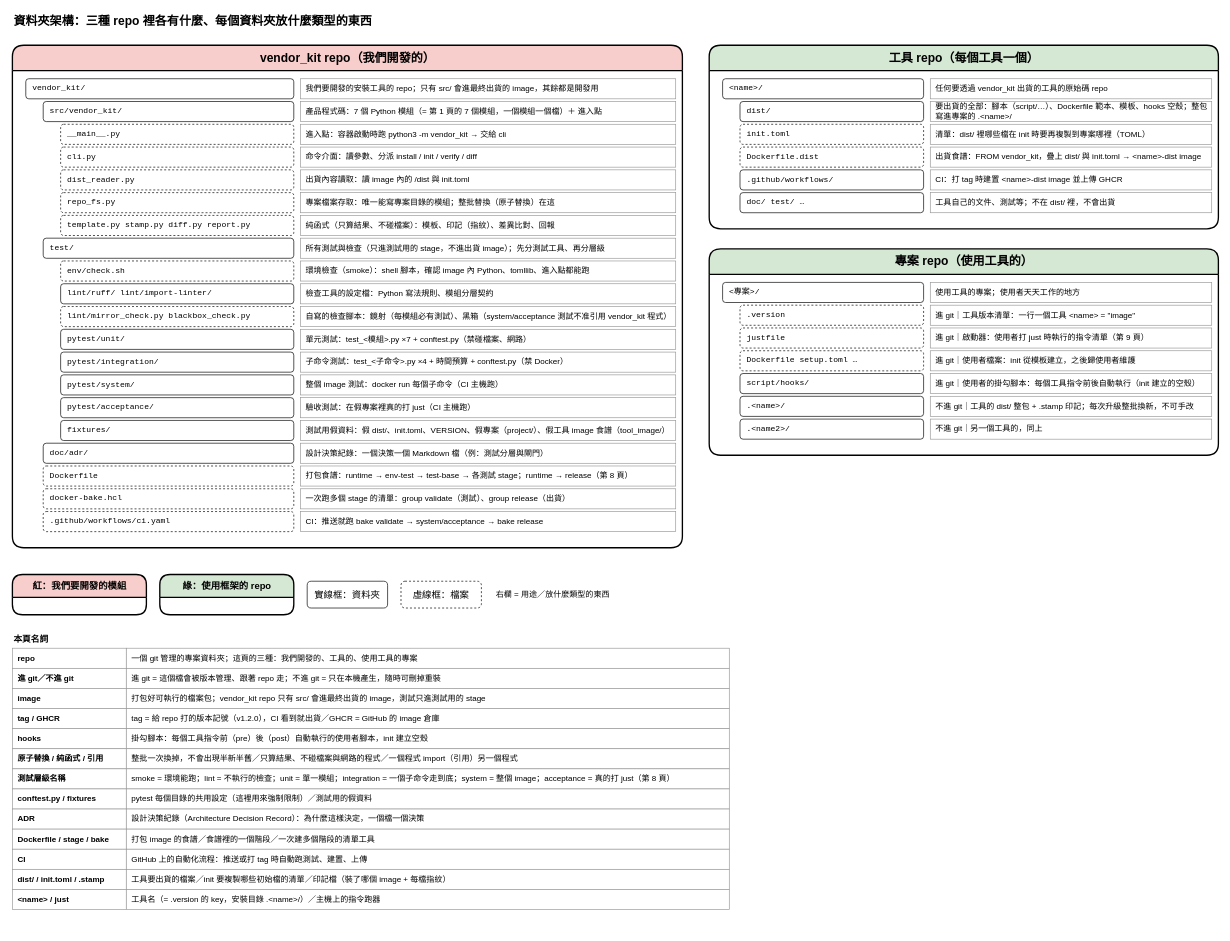
Earlier version of the draw.io diagram page "7. 資料夾架構" (7 of 10) of dist_distribution.drawio (ycpss91255-research/vendor_kit). Source tidied: cells renumbered, new cells numbered last; positions are measured from the earlier drawing's top-left corner, leaving out a move shared by most shapes. Both pictures are drawn from the tidied source at 67%, with x=0, y=0 at pixel (12, 11).
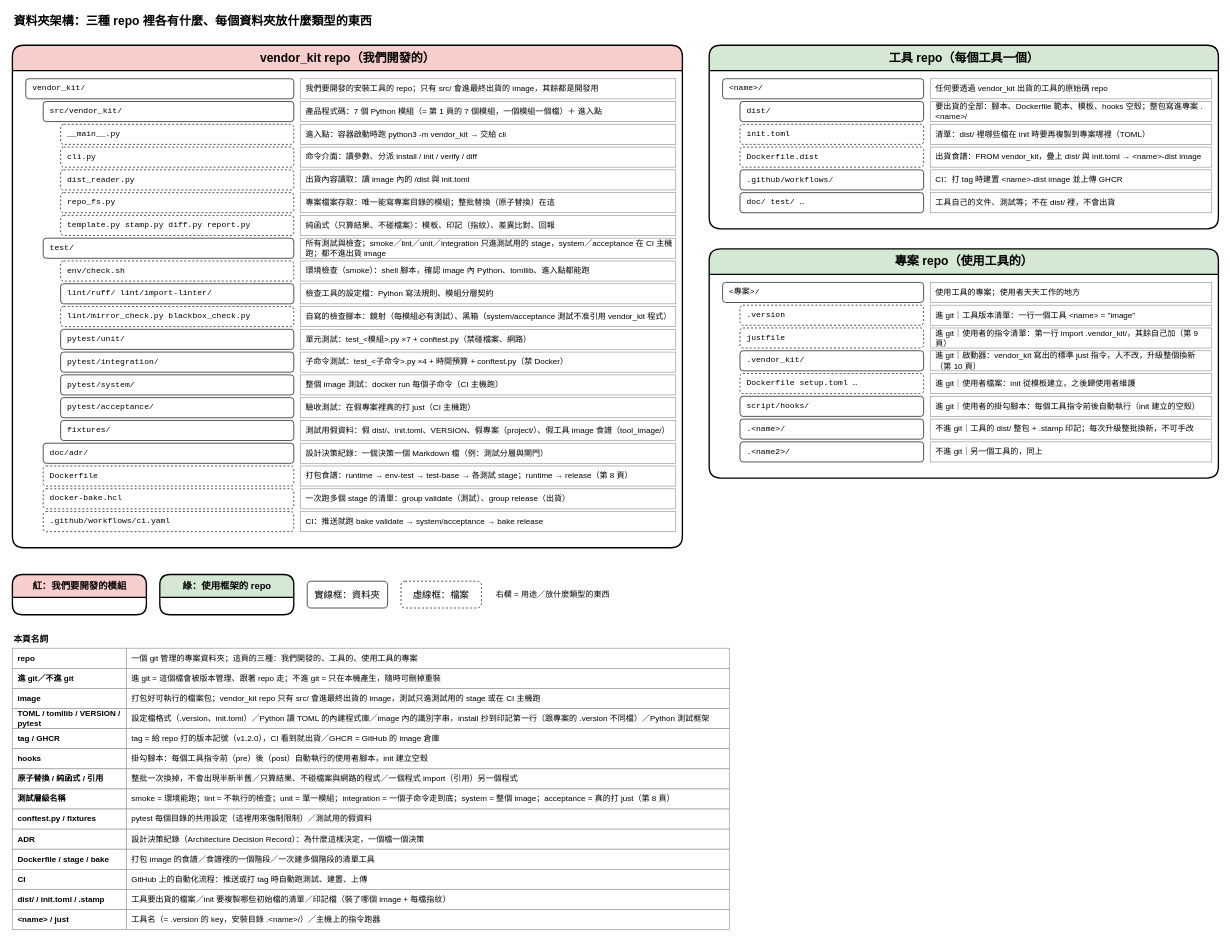
The same diagram, later.

Commit message (it also covers changes not shown here):
新增第 10 頁 bootstrap 流程；第 2/7/9 頁加 .vendor_kit/ 啟動器；第 7/8/9 頁修第 2 輪審查 6 項

The change refers to these unchanged cells:
```xml
<mxCell id="3" value="vendor_kit repo（我們開發的）" style="swimlane;html=1;rounded=1;startSize=38;fontStyle=1;fontSize=18;fillColor=#f8cecc;swimlaneFillColor=#ffffff;strokeColor=#000000;strokeWidth=2;" parent="1" vertex="1">
  <mxGeometry y="50" width="1000" height="750" as="geometry" />
</mxCell>
<mxCell id="44" value="工具 repo（每個工具一個）" style="swimlane;html=1;rounded=1;startSize=38;fontStyle=1;fontSize=18;fillColor=#d5e8d4;swimlaneFillColor=#ffffff;strokeColor=#000000;strokeWidth=2;" parent="1" vertex="1">
  <mxGeometry x="1040" y="50" width="760" height="274" as="geometry" />
</mxCell>
```

Diff of the diagram source:
```diff
@@
-    <mxCell id="19" value="所有測試與檢查（只進測試用的 stage，不進出貨 image）；先分測試工具、再分層級" style="rounded=0;whiteSpace=wrap;html=1;fillColor=#ffffff;strokeColor=#999999;fontSize=12;align=left;spacingLeft=6;strokeWidth=1;" parent="3" vertex="1">
+    <mxCell id="19" value="所有測試與檢查；smoke／lint／unit／integration 只進測試用的 stage，system／acceptance 在 CI 主機跑；都不進出貨 image" style="rounded=0;whiteSpace=wrap;html=1;fillColor=#ffffff;strokeColor=#999999;fontSize=12;align=left;spacingLeft=6;strokeWidth=1;" parent="3" vertex="1">
       <mxGeometry x="430" y="288" width="560" height="30" as="geometry" />
     </mxCell>
@@
-    <mxCell id="48" value="要出貨的全部：腳本（script/…）、Dockerfile 範本、模板、hooks 空殼；整包寫進專案的 .&amp;lt;name&amp;gt;/" style="rounded=0;whiteSpace=wrap;html=1;fillColor=#ffffff;strokeColor=#999999;fontSize=12;align=left;spacingLeft=6;strokeWidth=1;" parent="44" vertex="1">
+    <mxCell id="48" value="要出貨的全部：腳本、Dockerfile 範本、模板、hooks 空殼；整包寫進專案 .&amp;lt;name&amp;gt;/" style="rounded=0;whiteSpace=wrap;html=1;fillColor=#ffffff;strokeColor=#999999;fontSize=12;align=left;spacingLeft=6;strokeWidth=1;" parent="44" vertex="1">
       <mxGeometry x="330" y="84" width="420" height="30" as="geometry" />
     </mxCell>
@@
     <mxCell id="57" value="專案 repo（使用工具的）" style="swimlane;html=1;rounded=1;startSize=38;fontStyle=1;fontSize=18;fillColor=#d5e8d4;swimlaneFillColor=#ffffff;strokeColor=#000000;strokeWidth=2;" parent="1" vertex="1">
-      <mxGeometry x="1040" y="354" width="760" height="308" as="geometry" />
+      <mxGeometry x="1040" y="354" width="760" height="342" as="geometry" />
     </mxCell>
@@
-    <mxCell id="63" value="進 git｜啟動器：使用者打 just 時執行的指令清單（第 9 頁）" style="rounded=0;whiteSpace=wrap;html=1;fillColor=#ffffff;strokeColor=#999999;fontSize=12;align=left;spacingLeft=6;strokeWidth=1;" parent="57" vertex="1">
+    <mxCell id="63" value="進 git｜使用者的指令清單：第一行 import .vendor_kit/，其餘自己加（第 9 頁）" style="rounded=0;whiteSpace=wrap;html=1;fillColor=#ffffff;strokeColor=#999999;fontSize=12;align=left;spacingLeft=6;strokeWidth=1;" parent="57" vertex="1">
       <mxGeometry x="330" y="118" width="420" height="30" as="geometry" />
     </mxCell>
-    <mxCell id="64" value="Dockerfile  setup.toml  …" style="rounded=1;whiteSpace=wrap;html=1;fillColor=#ffffff;strokeColor=light-dark(#000000,#9577A3);fontSize=12;strokeWidth=1;dashed=1;align=left;spacingLeft=8;fontFamily=Courier New;" parent="57" vertex="1">
+    <mxCell id="64" value=".vendor_kit/" style="rounded=1;whiteSpace=wrap;html=1;fillColor=#ffffff;strokeColor=light-dark(#000000,#9577A3);fontSize=12;strokeWidth=1;align=left;spacingLeft=8;fontFamily=Courier New;" parent="57" vertex="1">
       <mxGeometry x="46" y="152" width="274" height="30" as="geometry" />
     </mxCell>
-    <mxCell id="65" value="進 git｜使用者檔案：init 從模板建立，之後歸使用者維護" style="rounded=0;whiteSpace=wrap;html=1;fillColor=#ffffff;strokeColor=#999999;fontSize=12;align=left;spacingLeft=6;strokeWidth=1;" parent="57" vertex="1">
+    <mxCell id="65" value="進 git｜啟動器：vendor_kit 寫出的標準 just 指令，人不改，升級整個換新（第 10 頁）" style="rounded=0;whiteSpace=wrap;html=1;fillColor=#ffffff;strokeColor=#999999;fontSize=12;align=left;spacingLeft=6;strokeWidth=1;" parent="57" vertex="1">
       <mxGeometry x="330" y="152" width="420" height="30" as="geometry" />
     </mxCell>
-    <mxCell id="66" value="script/hooks/" style="rounded=1;whiteSpace=wrap;html=1;fillColor=#ffffff;strokeColor=light-dark(#000000,#9577A3);fontSize=12;strokeWidth=1;align=left;spacingLeft=8;fontFamily=Courier New;" parent="57" vertex="1">
+    <mxCell id="66" value="Dockerfile  setup.toml  …" style="rounded=1;whiteSpace=wrap;html=1;fillColor=#ffffff;strokeColor=light-dark(#000000,#9577A3);fontSize=12;strokeWidth=1;dashed=1;align=left;spacingLeft=8;fontFamily=Courier New;" parent="57" vertex="1">
       <mxGeometry x="46" y="186" width="274" height="30" as="geometry" />
     </mxCell>
-    <mxCell id="67" value="進 git｜使用者的掛勾腳本：每個工具指令前後自動執行（init 建立的空殼）" style="rounded=0;whiteSpace=wrap;html=1;fillColor=#ffffff;strokeColor=#999999;fontSize=12;align=left;spacingLeft=6;strokeWidth=1;" parent="57" vertex="1">
+    <mxCell id="67" value="進 git｜使用者檔案：init 從模板建立，之後歸使用者維護" style="rounded=0;whiteSpace=wrap;html=1;fillColor=#ffffff;strokeColor=#999999;fontSize=12;align=left;spacingLeft=6;strokeWidth=1;" parent="57" vertex="1">
       <mxGeometry x="330" y="186" width="420" height="30" as="geometry" />
     </mxCell>
-    <mxCell id="68" value=".&amp;lt;name&amp;gt;/" style="rounded=1;whiteSpace=wrap;html=1;fillColor=#ffffff;strokeColor=light-dark(#000000,#9577A3);fontSize=12;strokeWidth=1;align=left;spacingLeft=8;fontFamily=Courier New;" parent="57" vertex="1">
+    <mxCell id="68" value="script/hooks/" style="rounded=1;whiteSpace=wrap;html=1;fillColor=#ffffff;strokeColor=light-dark(#000000,#9577A3);fontSize=12;strokeWidth=1;align=left;spacingLeft=8;fontFamily=Courier New;" parent="57" vertex="1">
       <mxGeometry x="46" y="220" width="274" height="30" as="geometry" />
     </mxCell>
-    <mxCell id="69" value="不進 git｜工具的 dist/ 整包 + .stamp 印記；每次升級整批換新，不可手改" style="rounded=0;whiteSpace=wrap;html=1;fillColor=#ffffff;strokeColor=#999999;fontSize=12;align=left;spacingLeft=6;strokeWidth=1;" parent="57" vertex="1">
+    <mxCell id="69" value="進 git｜使用者的掛勾腳本：每個工具指令前後自動執行（init 建立的空殼）" style="rounded=0;whiteSpace=wrap;html=1;fillColor=#ffffff;strokeColor=#999999;fontSize=12;align=left;spacingLeft=6;strokeWidth=1;" parent="57" vertex="1">
       <mxGeometry x="330" y="220" width="420" height="30" as="geometry" />
     </mxCell>
-    <mxCell id="70" value=".&amp;lt;name2&amp;gt;/" style="rounded=1;whiteSpace=wrap;html=1;fillColor=#ffffff;strokeColor=light-dark(#000000,#9577A3);fontSize=12;strokeWidth=1;align=left;spacingLeft=8;fontFamily=Courier New;" parent="57" vertex="1">
+    <mxCell id="70" value=".&amp;lt;name&amp;gt;/" style="rounded=1;whiteSpace=wrap;html=1;fillColor=#ffffff;strokeColor=light-dark(#000000,#9577A3);fontSize=12;strokeWidth=1;align=left;spacingLeft=8;fontFamily=Courier New;" parent="57" vertex="1">
       <mxGeometry x="46" y="254" width="274" height="30" as="geometry" />
     </mxCell>
-    <mxCell id="71" value="不進 git｜另一個工具的，同上" style="rounded=0;whiteSpace=wrap;html=1;fillColor=#ffffff;strokeColor=#999999;fontSize=12;align=left;spacingLeft=6;strokeWidth=1;" parent="57" vertex="1">
+    <mxCell id="71" value="不進 git｜工具的 dist/ 整包 + .stamp 印記；每次升級整批換新，不可手改" style="rounded=0;whiteSpace=wrap;html=1;fillColor=#ffffff;strokeColor=#999999;fontSize=12;align=left;spacingLeft=6;strokeWidth=1;" parent="57" vertex="1">
       <mxGeometry x="330" y="254" width="420" height="30" as="geometry" />
     </mxCell>
+    <mxCell id="104" value=".&amp;lt;name2&amp;gt;/" style="rounded=1;whiteSpace=wrap;html=1;fillColor=#ffffff;strokeColor=light-dark(#000000,#9577A3);fontSize=12;strokeWidth=1;align=left;spacingLeft=8;fontFamily=Courier New;" parent="57" vertex="1">
+      <mxGeometry x="46" y="288" width="274" height="30" as="geometry" />
+    </mxCell>
+    <mxCell id="105" value="不進 git｜另一個工具的，同上" style="rounded=0;whiteSpace=wrap;html=1;fillColor=#ffffff;strokeColor=#999999;fontSize=12;align=left;spacingLeft=6;strokeWidth=1;" parent="57" vertex="1">
+      <mxGeometry x="330" y="288" width="420" height="30" as="geometry" />
+    </mxCell>
@@
-    <mxCell id="83" value="打包好可執行的檔案包；vendor_kit repo 只有 src/ 會進最終出貨的 image，測試只進測試用的 stage" style="rounded=0;whiteSpace=wrap;html=1;fillColor=#ffffff;strokeColor=#999999;fontSize=12;align=left;spacingLeft=6;strokeWidth=1;" parent="1" vertex="1">
+    <mxCell id="83" value="打包好可執行的檔案包；vendor_kit repo 只有 src/ 會進最終出貨的 image，測試只進測試用的 stage 或在 CI 主機跑" style="rounded=0;whiteSpace=wrap;html=1;fillColor=#ffffff;strokeColor=#999999;fontSize=12;align=left;spacingLeft=6;strokeWidth=1;" parent="1" vertex="1">
       <mxGeometry x="170" y="1010" width="900" height="30" as="geometry" />
     </mxCell>
-    <mxCell id="84" value="tag / GHCR" style="rounded=0;whiteSpace=wrap;html=1;fillColor=#ffffff;strokeColor=#999999;fontSize=12;fontStyle=1;align=left;spacingLeft=6;strokeWidth=1;" parent="1" vertex="1">
+    <mxCell id="84" value="TOML / tomllib / VERSION / pytest" style="rounded=0;whiteSpace=wrap;html=1;fillColor=#ffffff;strokeColor=#999999;fontSize=12;fontStyle=1;align=left;spacingLeft=6;strokeWidth=1;" parent="1" vertex="1">
       <mxGeometry y="1040" width="170" height="30" as="geometry" />
     </mxCell>
-    <mxCell id="85" value="tag = 給 repo 打的版本記號（v1.2.0），CI 看到就出貨／GHCR = GitHub 的 image 倉庫" style="rounded=0;whiteSpace=wrap;html=1;fillColor=#ffffff;strokeColor=#999999;fontSize=12;align=left;spacingLeft=6;strokeWidth=1;" parent="1" vertex="1">
+    <mxCell id="85" value="設定檔格式（.version、init.toml）／Python 讀 TOML 的內建程式庫／image 內的識別字串，install 抄到印記第一行（跟專案的 .version 不同檔）／Python 測試框架" style="rounded=0;whiteSpace=wrap;html=1;fillColor=#ffffff;strokeColor=#999999;fontSize=12;align=left;spacingLeft=6;strokeWidth=1;" parent="1" vertex="1">
       <mxGeometry x="170" y="1040" width="900" height="30" as="geometry" />
     </mxCell>
-    <mxCell id="86" value="hooks" style="rounded=0;whiteSpace=wrap;html=1;fillColor=#ffffff;strokeColor=#999999;fontSize=12;fontStyle=1;align=left;spacingLeft=6;strokeWidth=1;" parent="1" vertex="1">
+    <mxCell id="86" value="tag / GHCR" style="rounded=0;whiteSpace=wrap;html=1;fillColor=#ffffff;strokeColor=#999999;fontSize=12;fontStyle=1;align=left;spacingLeft=6;strokeWidth=1;" parent="1" vertex="1">
       <mxGeometry y="1070" width="170" height="30" as="geometry" />
     </mxCell>
-    <mxCell id="87" value="掛勾腳本：每個工具指令前（pre）後（post）自動執行的使用者腳本，init 建立空殼" style="rounded=0;whiteSpace=wrap;html=1;fillColor=#ffffff;strokeColor=#999999;fontSize=12;align=left;spacingLeft=6;strokeWidth=1;" parent="1" vertex="1">
+    <mxCell id="87" value="tag = 給 repo 打的版本記號（v1.2.0），CI 看到就出貨／GHCR = GitHub 的 image 倉庫" style="rounded=0;whiteSpace=wrap;html=1;fillColor=#ffffff;strokeColor=#999999;fontSize=12;align=left;spacingLeft=6;strokeWidth=1;" parent="1" vertex="1">
       <mxGeometry x="170" y="1070" width="900" height="30" as="geometry" />
     </mxCell>
-    <mxCell id="88" value="原子替換 / 純函式 / 引用" style="rounded=0;whiteSpace=wrap;html=1;fillColor=#ffffff;strokeColor=#999999;fontSize=12;fontStyle=1;align=left;spacingLeft=6;strokeWidth=1;" parent="1" vertex="1">
+    <mxCell id="88" value="hooks" style="rounded=0;whiteSpace=wrap;html=1;fillColor=#ffffff;strokeColor=#999999;fontSize=12;fontStyle=1;align=left;spacingLeft=6;strokeWidth=1;" parent="1" vertex="1">
       <mxGeometry y="1100" width="170" height="30" as="geometry" />
     </mxCell>
-    <mxCell id="89" value="整批一次換掉，不會出現半新半舊／只算結果、不碰檔案與網路的程式／一個程式 import（引用）另一個程式" style="rounded=0;whiteSpace=wrap;html=1;fillColor=#ffffff;strokeColor=#999999;fontSize=12;align=left;spacingLeft=6;strokeWidth=1;" parent="1" vertex="1">
+    <mxCell id="89" value="掛勾腳本：每個工具指令前（pre）後（post）自動執行的使用者腳本，init 建立空殼" style="rounded=0;whiteSpace=wrap;html=1;fillColor=#ffffff;strokeColor=#999999;fontSize=12;align=left;spacingLeft=6;strokeWidth=1;" parent="1" vertex="1">
       <mxGeometry x="170" y="1100" width="900" height="30" as="geometry" />
     </mxCell>
-    <mxCell id="90" value="測試層級名稱" style="rounded=0;whiteSpace=wrap;html=1;fillColor=#ffffff;strokeColor=#999999;fontSize=12;fontStyle=1;align=left;spacingLeft=6;strokeWidth=1;" parent="1" vertex="1">
+    <mxCell id="90" value="原子替換 / 純函式 / 引用" style="rounded=0;whiteSpace=wrap;html=1;fillColor=#ffffff;strokeColor=#999999;fontSize=12;fontStyle=1;align=left;spacingLeft=6;strokeWidth=1;" parent="1" vertex="1">
       <mxGeometry y="1130" width="170" height="30" as="geometry" />
     </mxCell>
-    <mxCell id="91" value="smoke = 環境能跑；lint = 不執行的檢查；unit = 單一模組；integration = 一個子命令走到底；system = 整個 image；acceptance = 真的打 just（第 8 頁）" style="rounded=0;whiteSpace=wrap;html=1;fillColor=#ffffff;strokeColor=#999999;fontSize=12;align=left;spacingLeft=6;strokeWidth=1;" parent="1" vertex="1">
+    <mxCell id="91" value="整批一次換掉，不會出現半新半舊／只算結果、不碰檔案與網路的程式／一個程式 import（引用）另一個程式" style="rounded=0;whiteSpace=wrap;html=1;fillColor=#ffffff;strokeColor=#999999;fontSize=12;align=left;spacingLeft=6;strokeWidth=1;" parent="1" vertex="1">
       <mxGeometry x="170" y="1130" width="900" height="30" as="geometry" />
     </mxCell>
-    <mxCell id="92" value="conftest.py / fixtures" style="rounded=0;whiteSpace=wrap;html=1;fillColor=#ffffff;strokeColor=#999999;fontSize=12;fontStyle=1;align=left;spacingLeft=6;strokeWidth=1;" parent="1" vertex="1">
+    <mxCell id="92" value="測試層級名稱" style="rounded=0;whiteSpace=wrap;html=1;fillColor=#ffffff;strokeColor=#999999;fontSize=12;fontStyle=1;align=left;spacingLeft=6;strokeWidth=1;" parent="1" vertex="1">
       <mxGeometry y="1160" width="170" height="30" as="geometry" />
     </mxCell>
-    <mxCell id="93" value="pytest 每個目錄的共用設定（這裡用來強制限制）／測試用的假資料" style="rounded=0;whiteSpace=wrap;html=1;fillColor=#ffffff;strokeColor=#999999;fontSize=12;align=left;spacingLeft=6;strokeWidth=1;" parent="1" vertex="1">
+    <mxCell id="93" value="smoke = 環境能跑；lint = 不執行的檢查；unit = 單一模組；integration = 一個子命令走到底；system = 整個 image；acceptance = 真的打 just（第 8 頁）" style="rounded=0;whiteSpace=wrap;html=1;fillColor=#ffffff;strokeColor=#999999;fontSize=12;align=left;spacingLeft=6;strokeWidth=1;" parent="1" vertex="1">
       <mxGeometry x="170" y="1160" width="900" height="30" as="geometry" />
     </mxCell>
-    <mxCell id="94" value="ADR" style="rounded=0;whiteSpace=wrap;html=1;fillColor=#ffffff;strokeColor=#999999;fontSize=12;fontStyle=1;align=left;spacingLeft=6;strokeWidth=1;" parent="1" vertex="1">
+    <mxCell id="94" value="conftest.py / fixtures" style="rounded=0;whiteSpace=wrap;html=1;fillColor=#ffffff;strokeColor=#999999;fontSize=12;fontStyle=1;align=left;spacingLeft=6;strokeWidth=1;" parent="1" vertex="1">
       <mxGeometry y="1190" width="170" height="30" as="geometry" />
     </mxCell>
-    <mxCell id="95" value="設計決策紀錄（Architecture Decision Record）：為什麼這樣決定，一個檔一個決策" style="rounded=0;whiteSpace=wrap;html=1;fillColor=#ffffff;strokeColor=#999999;fontSize=12;align=left;spacingLeft=6;strokeWidth=1;" parent="1" vertex="1">
+    <mxCell id="95" value="pytest 每個目錄的共用設定（這裡用來強制限制）／測試用的假資料" style="rounded=0;whiteSpace=wrap;html=1;fillColor=#ffffff;strokeColor=#999999;fontSize=12;align=left;spacingLeft=6;strokeWidth=1;" parent="1" vertex="1">
       <mxGeometry x="170" y="1190" width="900" height="30" as="geometry" />
     </mxCell>
-    <mxCell id="96" value="Dockerfile / stage / bake" style="rounded=0;whiteSpace=wrap;html=1;fillColor=#ffffff;strokeColor=#999999;fontSize=12;fontStyle=1;align=left;spacingLeft=6;strokeWidth=1;" parent="1" vertex="1">
+    <mxCell id="96" value="ADR" style="rounded=0;whiteSpace=wrap;html=1;fillColor=#ffffff;strokeColor=#999999;fontSize=12;fontStyle=1;align=left;spacingLeft=6;strokeWidth=1;" parent="1" vertex="1">
       <mxGeometry y="1220" width="170" height="30" as="geometry" />
     </mxCell>
-    <mxCell id="97" value="打包 image 的食譜／食譜裡的一個階段／一次建多個階段的清單工具" style="rounded=0;whiteSpace=wrap;html=1;fillColor=#ffffff;strokeColor=#999999;fontSize=12;align=left;spacingLeft=6;strokeWidth=1;" parent="1" vertex="1">
+    <mxCell id="97" value="設計決策紀錄（Architecture Decision Record）：為什麼這樣決定，一個檔一個決策" style="rounded=0;whiteSpace=wrap;html=1;fillColor=#ffffff;strokeColor=#999999;fontSize=12;align=left;spacingLeft=6;strokeWidth=1;" parent="1" vertex="1">
       <mxGeometry x="170" y="1220" width="900" height="30" as="geometry" />
     </mxCell>
-    <mxCell id="98" value="CI" style="rounded=0;whiteSpace=wrap;html=1;fillColor=#ffffff;strokeColor=#999999;fontSize=12;fontStyle=1;align=left;spacingLeft=6;strokeWidth=1;" parent="1" vertex="1">
+    <mxCell id="98" value="Dockerfile / stage / bake" style="rounded=0;whiteSpace=wrap;html=1;fillColor=#ffffff;strokeColor=#999999;fontSize=12;fontStyle=1;align=left;spacingLeft=6;strokeWidth=1;" parent="1" vertex="1">
       <mxGeometry y="1250" width="170" height="30" as="geometry" />
     </mxCell>
-    <mxCell id="99" value="GitHub 上的自動化流程：推送或打 tag 時自動跑測試、建置、上傳" style="rounded=0;whiteSpace=wrap;html=1;fillColor=#ffffff;strokeColor=#999999;fontSize=12;align=left;spacingLeft=6;strokeWidth=1;" parent="1" vertex="1">
+    <mxCell id="99" value="打包 image 的食譜／食譜裡的一個階段／一次建多個階段的清單工具" style="rounded=0;whiteSpace=wrap;html=1;fillColor=#ffffff;strokeColor=#999999;fontSize=12;align=left;spacingLeft=6;strokeWidth=1;" parent="1" vertex="1">
       <mxGeometry x="170" y="1250" width="900" height="30" as="geometry" />
     </mxCell>
-    <mxCell id="100" value="dist/ / init.toml / .stamp" style="rounded=0;whiteSpace=wrap;html=1;fillColor=#ffffff;strokeColor=#999999;fontSize=12;fontStyle=1;align=left;spacingLeft=6;strokeWidth=1;" parent="1" vertex="1">
+    <mxCell id="100" value="CI" style="rounded=0;whiteSpace=wrap;html=1;fillColor=#ffffff;strokeColor=#999999;fontSize=12;fontStyle=1;align=left;spacingLeft=6;strokeWidth=1;" parent="1" vertex="1">
       <mxGeometry y="1280" width="170" height="30" as="geometry" />
     </mxCell>
-    <mxCell id="101" value="工具要出貨的檔案／init 要複製哪些初始檔的清單／印記檔（裝了哪個 image + 每檔指紋）" style="rounded=0;whiteSpace=wrap;html=1;fillColor=#ffffff;strokeColor=#999999;fontSize=12;align=left;spacingLeft=6;strokeWidth=1;" parent="1" vertex="1">
+    <mxCell id="101" value="GitHub 上的自動化流程：推送或打 tag 時自動跑測試、建置、上傳" style="rounded=0;whiteSpace=wrap;html=1;fillColor=#ffffff;strokeColor=#999999;fontSize=12;align=left;spacingLeft=6;strokeWidth=1;" parent="1" vertex="1">
       <mxGeometry x="170" y="1280" width="900" height="30" as="geometry" />
     </mxCell>
-    <mxCell id="102" value="&amp;lt;name&amp;gt; / just" style="rounded=0;whiteSpace=wrap;html=1;fillColor=#ffffff;strokeColor=#999999;fontSize=12;fontStyle=1;align=left;spacingLeft=6;strokeWidth=1;" parent="1" vertex="1">
+    <mxCell id="102" value="dist/ / init.toml / .stamp" style="rounded=0;whiteSpace=wrap;html=1;fillColor=#ffffff;strokeColor=#999999;fontSize=12;fontStyle=1;align=left;spacingLeft=6;strokeWidth=1;" parent="1" vertex="1">
       <mxGeometry y="1310" width="170" height="30" as="geometry" />
     </mxCell>
-    <mxCell id="103" value="工具名（= .version 的 key，安裝目錄 .&amp;lt;name&amp;gt;/）／主機上的指令跑器" style="rounded=0;whiteSpace=wrap;html=1;fillColor=#ffffff;strokeColor=#999999;fontSize=12;align=left;spacingLeft=6;strokeWidth=1;" parent="1" vertex="1">
+    <mxCell id="103" value="工具要出貨的檔案／init 要複製哪些初始檔的清單／印記檔（裝了哪個 image + 每檔指紋）" style="rounded=0;whiteSpace=wrap;html=1;fillColor=#ffffff;strokeColor=#999999;fontSize=12;align=left;spacingLeft=6;strokeWidth=1;" parent="1" vertex="1">
       <mxGeometry x="170" y="1310" width="900" height="30" as="geometry" />
     </mxCell>
+    <mxCell id="106" value="&amp;lt;name&amp;gt; / just" style="rounded=0;whiteSpace=wrap;html=1;fillColor=#ffffff;strokeColor=#999999;fontSize=12;fontStyle=1;align=left;spacingLeft=6;strokeWidth=1;" parent="1" vertex="1">
+      <mxGeometry y="1340" width="170" height="30" as="geometry" />
+    </mxCell>
+    <mxCell id="107" value="工具名（= .version 的 key，安裝目錄 .&amp;lt;name&amp;gt;/）／主機上的指令跑器" style="rounded=0;whiteSpace=wrap;html=1;fillColor=#ffffff;strokeColor=#999999;fontSize=12;align=left;spacingLeft=6;strokeWidth=1;" parent="1" vertex="1">
+      <mxGeometry x="170" y="1340" width="900" height="30" as="geometry" />
+    </mxCell>
```
